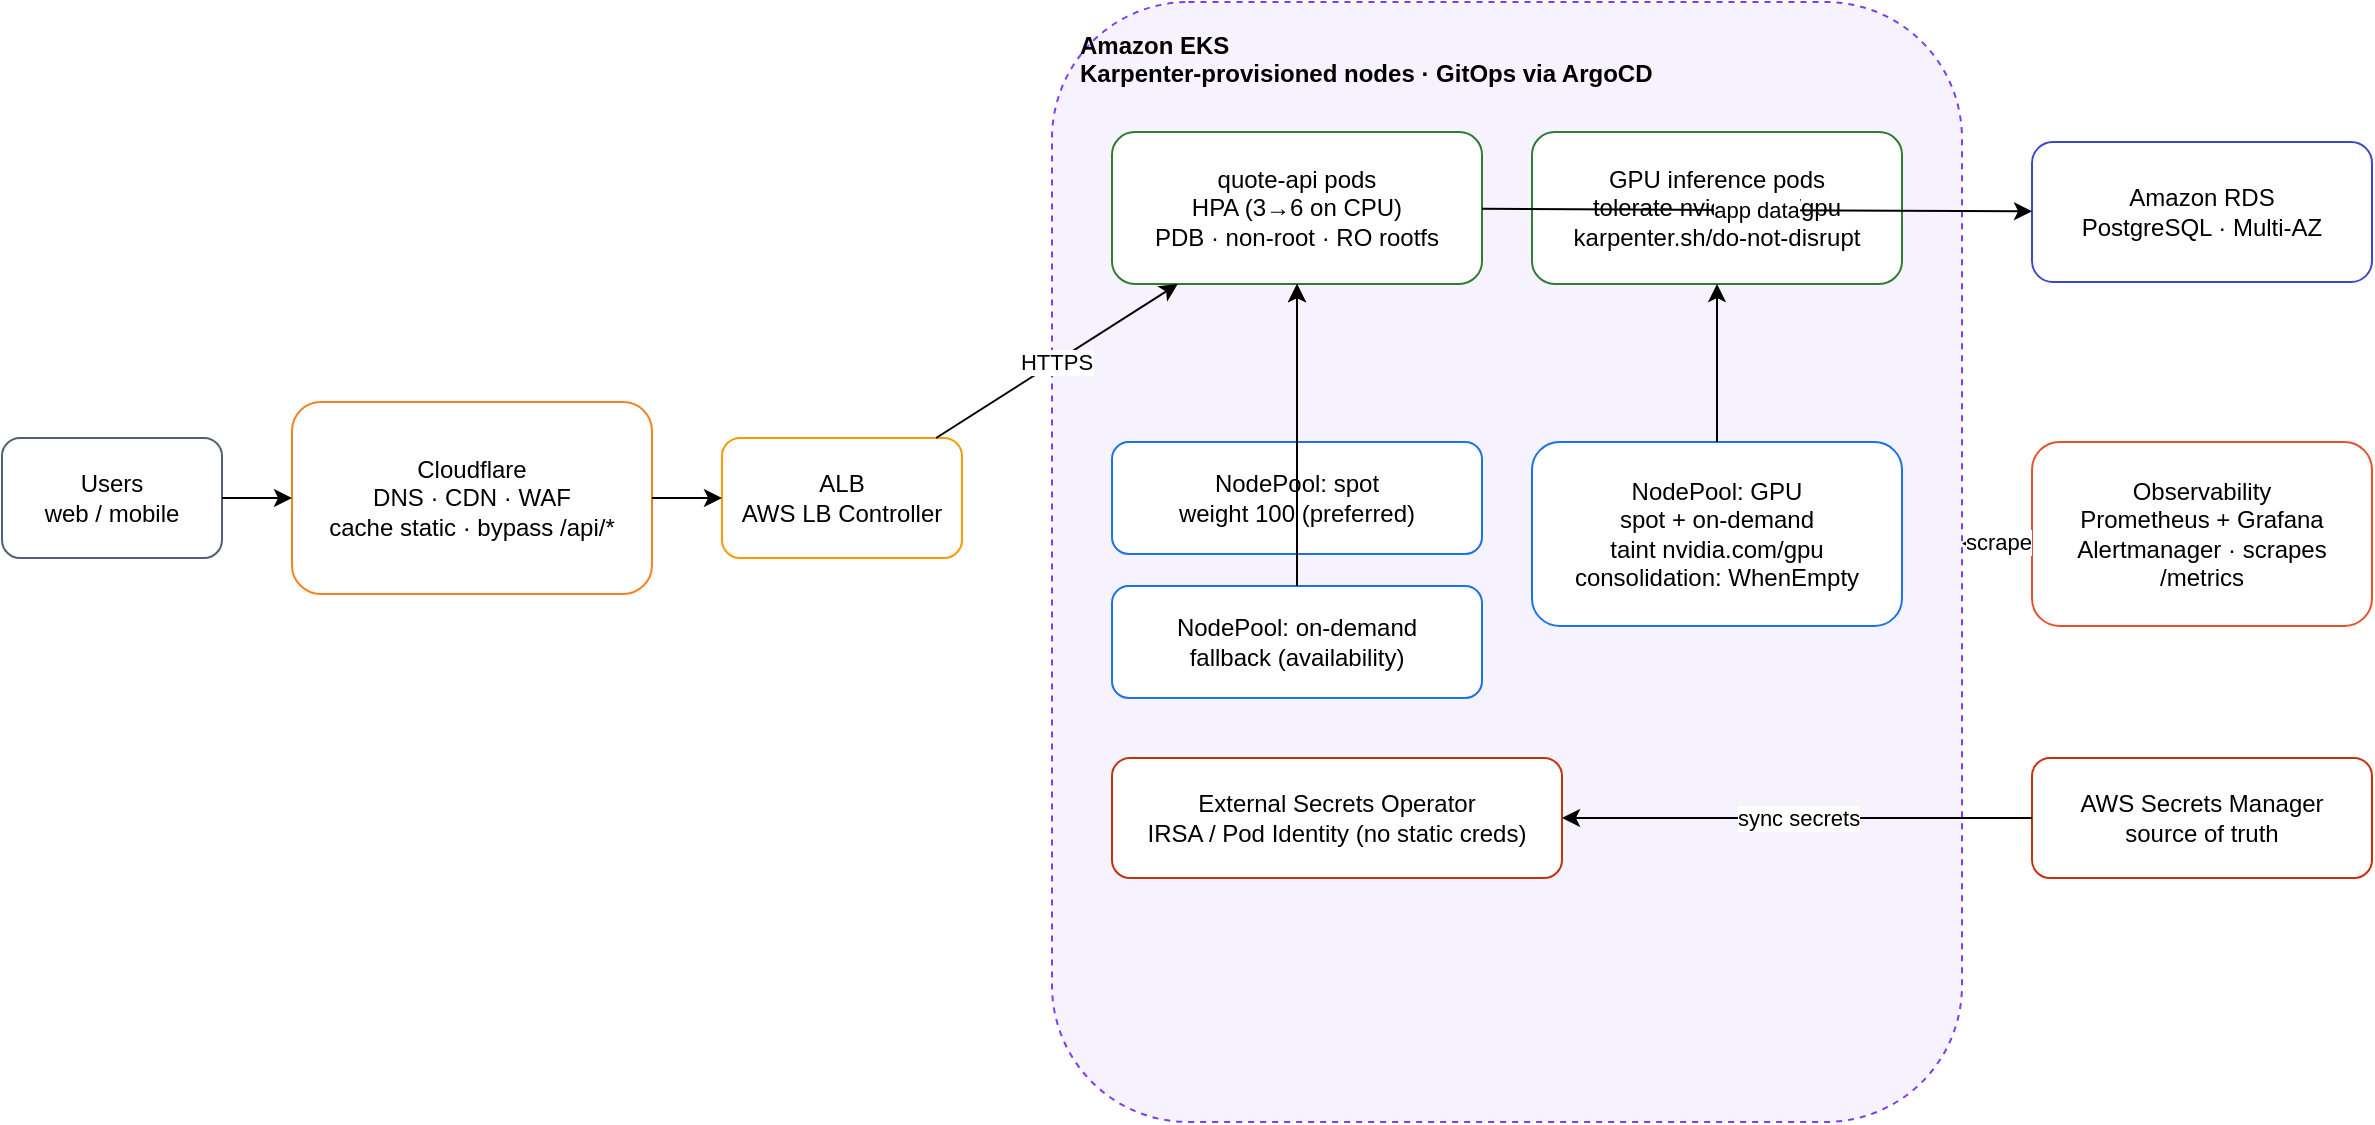
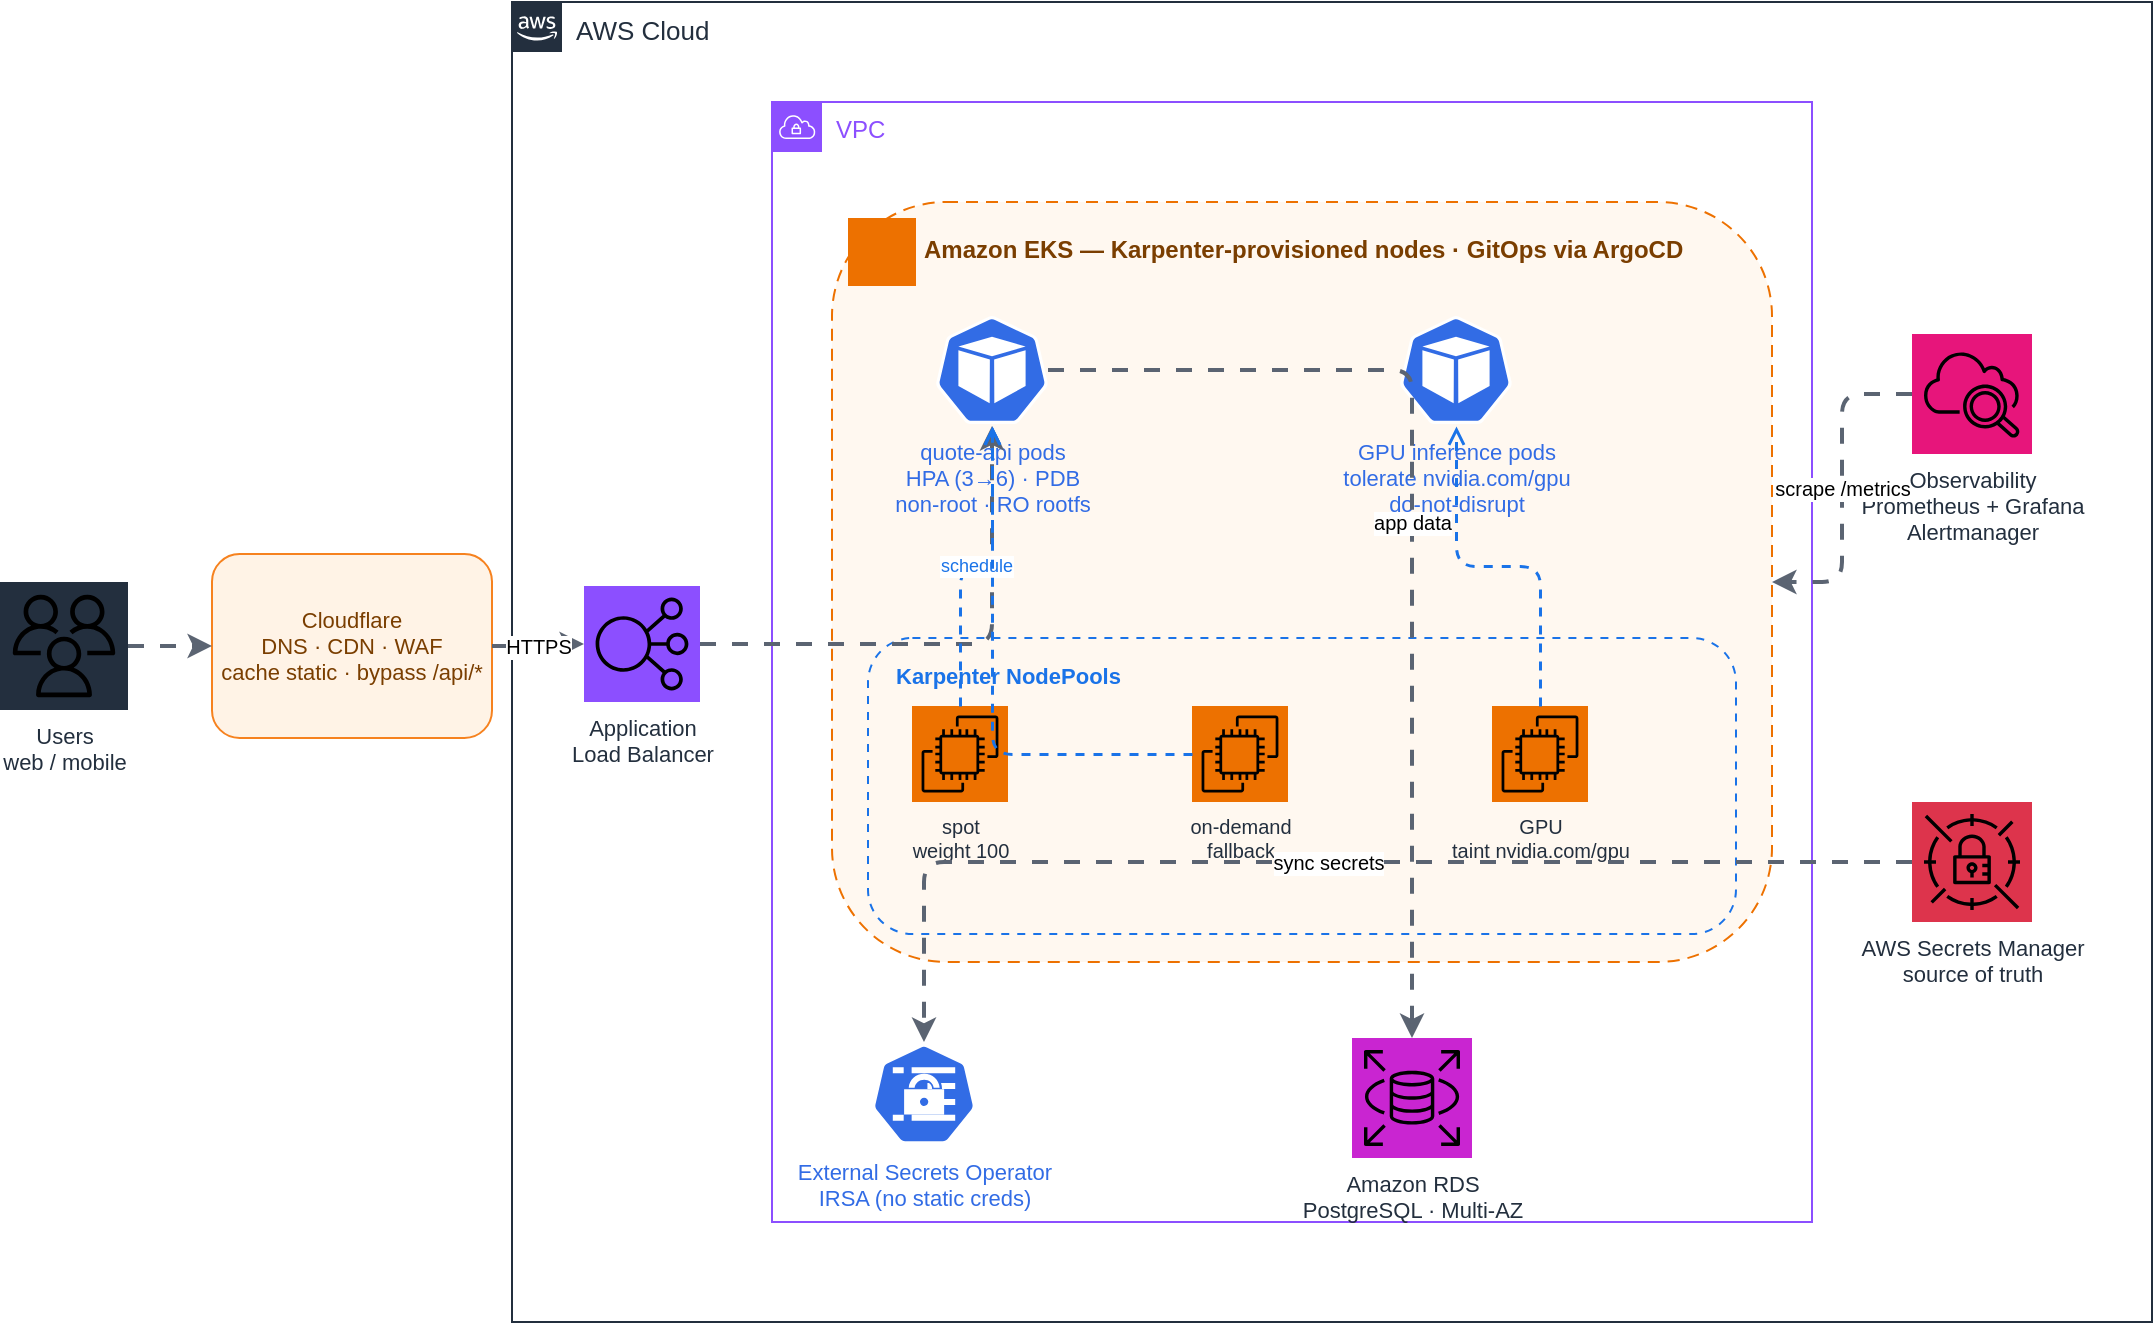
<mxfile host="app.diagrams.net" type="device">
  <diagram name="aws-production" id="aws-prod">
-     <mxGraphModel dx="1250" dy="700" grid="0" gridSize="10" guides="1" tooltips="1" connect="1" arrows="1" fold="1" page="1" pageScale="1" pageWidth="1250" pageHeight="700" math="0" shadow="0">
+     <mxGraphModel dx="1400" dy="820" grid="0" gridSize="10" guides="1" tooltips="1" connect="1" arrows="1" fold="1" page="1" pageScale="1" pageWidth="1160" pageHeight="740" math="0" shadow="0">
      <root>
        <mxCell id="0"/>
        <mxCell id="1" parent="0"/>
-         <mxCell id="eks" value="Amazon EKS&#10;Karpenter-provisioned nodes · GitOps via ArgoCD" style="rounded=1;whiteSpace=wrap;html=1;dashed=1;fillColor=#f6f3ff;strokeColor=#7d3cf8;verticalAlign=top;align=left;spacingLeft=12;spacingTop=8;fontStyle=1;" vertex="1" parent="1"><mxGeometry x="555" y="100" width="455" height="560" as="geometry"/></mxCell>
-         <mxCell id="u" value="Users&#10;web / mobile" style="rounded=1;whiteSpace=wrap;html=1;strokeColor=#55606e;" vertex="1" parent="1"><mxGeometry x="30" y="318" width="110" height="60" as="geometry"/></mxCell>
-         <mxCell id="cf" value="Cloudflare&#10;DNS · CDN · WAF&#10;cache static · bypass /api/*" style="rounded=1;whiteSpace=wrap;html=1;strokeColor=#f6821f;" vertex="1" parent="1"><mxGeometry x="175" y="300" width="180" height="96" as="geometry"/></mxCell>
-         <mxCell id="alb" value="ALB&#10;AWS LB Controller" style="rounded=1;whiteSpace=wrap;html=1;strokeColor=#ff9900;" vertex="1" parent="1"><mxGeometry x="390" y="318" width="120" height="60" as="geometry"/></mxCell>
-         <mxCell id="qa" value="quote-api pods&#10;HPA (3→6 on CPU)&#10;PDB · non-root · RO rootfs" style="rounded=1;whiteSpace=wrap;html=1;strokeColor=#2e7d32;" vertex="1" parent="1"><mxGeometry x="585" y="165" width="185" height="76" as="geometry"/></mxCell>
-         <mxCell id="gpu" value="GPU inference pods&#10;tolerate nvidia.com/gpu&#10;karpenter.sh/do-not-disrupt" style="rounded=1;whiteSpace=wrap;html=1;strokeColor=#2e7d32;" vertex="1" parent="1"><mxGeometry x="795" y="165" width="185" height="76" as="geometry"/></mxCell>
-         <mxCell id="nps" value="NodePool: spot&#10;weight 100 (preferred)" style="rounded=1;whiteSpace=wrap;html=1;strokeColor=#1a73e8;" vertex="1" parent="1"><mxGeometry x="585" y="320" width="185" height="56" as="geometry"/></mxCell>
-         <mxCell id="npod" value="NodePool: on-demand&#10;fallback (availability)" style="rounded=1;whiteSpace=wrap;html=1;strokeColor=#1a73e8;" vertex="1" parent="1"><mxGeometry x="585" y="392" width="185" height="56" as="geometry"/></mxCell>
-         <mxCell id="npg" value="NodePool: GPU&#10;spot + on-demand&#10;taint nvidia.com/gpu&#10;consolidation: WhenEmpty" style="rounded=1;whiteSpace=wrap;html=1;strokeColor=#1a73e8;" vertex="1" parent="1"><mxGeometry x="795" y="320" width="185" height="92" as="geometry"/></mxCell>
-         <mxCell id="eso" value="External Secrets Operator&#10;IRSA / Pod Identity (no static creds)" style="rounded=1;whiteSpace=wrap;html=1;strokeColor=#c7300b;" vertex="1" parent="1"><mxGeometry x="585" y="478" width="225" height="60" as="geometry"/></mxCell>
-         <mxCell id="rds" value="Amazon RDS&#10;PostgreSQL · Multi-AZ" style="rounded=1;whiteSpace=wrap;html=1;strokeColor=#3b48cc;" vertex="1" parent="1"><mxGeometry x="1045" y="170" width="170" height="70" as="geometry"/></mxCell>
-         <mxCell id="obs" value="Observability&#10;Prometheus + Grafana&#10;Alertmanager · scrapes /metrics" style="rounded=1;whiteSpace=wrap;html=1;strokeColor=#e6522c;" vertex="1" parent="1"><mxGeometry x="1045" y="320" width="170" height="92" as="geometry"/></mxCell>
-         <mxCell id="sm" value="AWS Secrets Manager&#10;source of truth" style="rounded=1;whiteSpace=wrap;html=1;strokeColor=#c7300b;" vertex="1" parent="1"><mxGeometry x="1045" y="478" width="170" height="60" as="geometry"/></mxCell>
-         <mxCell id="e1" style="endArrow=classic;html=1;" edge="1" parent="1" source="u" target="cf"><mxGeometry relative="1" as="geometry"/></mxCell>
-         <mxCell id="e2" style="endArrow=classic;html=1;" edge="1" parent="1" source="cf" target="alb"><mxGeometry relative="1" as="geometry"/></mxCell>
-         <mxCell id="e3" value="HTTPS" style="endArrow=classic;html=1;" edge="1" parent="1" source="alb" target="qa"><mxGeometry relative="1" as="geometry"/></mxCell>
-         <mxCell id="e4" style="endArrow=classic;html=1;" edge="1" parent="1" source="nps" target="qa"><mxGeometry relative="1" as="geometry"/></mxCell>
-         <mxCell id="e5" style="endArrow=classic;html=1;" edge="1" parent="1" source="npod" target="qa"><mxGeometry relative="1" as="geometry"/></mxCell>
-         <mxCell id="e6" style="endArrow=classic;html=1;" edge="1" parent="1" source="npg" target="gpu"><mxGeometry relative="1" as="geometry"/></mxCell>
-         <mxCell id="e7" value="app data" style="endArrow=classic;html=1;" edge="1" parent="1" source="qa" target="rds"><mxGeometry relative="1" as="geometry"/></mxCell>
-         <mxCell id="e8" value="scrape" style="endArrow=classic;html=1;" edge="1" parent="1" source="obs" target="eks"><mxGeometry relative="1" as="geometry"/></mxCell>
-         <mxCell id="e9" value="sync secrets" style="endArrow=classic;html=1;" edge="1" parent="1" source="sm" target="eso"><mxGeometry relative="1" as="geometry"/></mxCell>
+ 
+         <mxCell id="awscloud" value="AWS Cloud" style="sketch=0;outlineConnect=0;gradientColor=none;html=1;whiteSpace=wrap;fontSize=13;fontStyle=0;container=0;pointerEvents=0;collapsible=0;recursiveResize=0;shape=mxgraph.aws4.group;grIcon=mxgraph.aws4.group_aws_cloud_alt;strokeColor=#232F3E;fillColor=none;verticalAlign=top;align=left;spacingLeft=30;fontColor=#232F3E;dashed=0;" vertex="1" parent="1"><mxGeometry x="300" y="40" width="820" height="660" as="geometry"/></mxCell>
+         <mxCell id="vpc" value="VPC" style="sketch=0;outlineConnect=0;gradientColor=none;html=1;whiteSpace=wrap;fontSize=12;fontStyle=0;container=0;pointerEvents=0;collapsible=0;recursiveResize=0;shape=mxgraph.aws4.group;grIcon=mxgraph.aws4.group_vpc;strokeColor=#8C4FFF;fillColor=none;verticalAlign=top;align=left;spacingLeft=30;fontColor=#8C4FFF;dashed=0;" vertex="1" parent="1"><mxGeometry x="430" y="90" width="520" height="560" as="geometry"/></mxCell>
+         <mxCell id="eksgrp" value="Amazon EKS  —  Karpenter-provisioned nodes · GitOps via ArgoCD" style="rounded=1;whiteSpace=wrap;html=1;dashed=1;dashPattern=6 4;strokeColor=#ED7100;fillColor=#FFF8F0;verticalAlign=top;align=left;spacingLeft=44;spacingTop=10;fontSize=12;fontStyle=1;fontColor=#7A3E00;" vertex="1" parent="1"><mxGeometry x="460" y="140" width="470" height="380" as="geometry"/></mxCell>
+         <mxCell id="npgrp" value="Karpenter NodePools" style="rounded=1;whiteSpace=wrap;html=1;dashed=1;dashPattern=4 4;strokeColor=#1A73E8;fillColor=none;verticalAlign=top;align=left;spacingLeft=12;spacingTop=6;fontSize=11;fontStyle=1;fontColor=#1A73E8;" vertex="1" parent="1"><mxGeometry x="478" y="358" width="434" height="148" as="geometry"/></mxCell>
+ 
+         <mxCell id="ekshdr" style="sketch=0;outlineConnect=0;fontColor=#232F3E;gradientColor=none;fillColor=#ED7100;strokeColor=none;dashed=0;verticalLabelPosition=right;verticalAlign=middle;align=left;spacingLeft=4;html=1;fontSize=10;fontStyle=0;aspect=fixed;shape=mxgraph.aws4.resourceIcon;resIcon=mxgraph.aws4.elastic_kubernetes_service;" vertex="1" parent="1"><mxGeometry x="468" y="148" width="34" height="34" as="geometry"/></mxCell>
+ 
+         <mxCell id="users" value="Users&#10;web / mobile" style="sketch=0;outlineConnect=0;fontColor=#232F3E;gradientColor=none;fillColor=#232F3E;strokeColor=none;dashed=0;verticalLabelPosition=bottom;verticalAlign=top;align=center;html=1;fontSize=11;fontStyle=0;aspect=fixed;shape=mxgraph.aws4.resourceIcon;resIcon=mxgraph.aws4.users;" vertex="1" parent="1"><mxGeometry x="44" y="330" width="64" height="64" as="geometry"/></mxCell>
+         <mxCell id="cf" value="Cloudflare&#10;DNS · CDN · WAF&#10;cache static · bypass /api/*" style="rounded=1;whiteSpace=wrap;html=1;fillColor=#FFF3E6;strokeColor=#F6821F;fontColor=#7A3E00;fontSize=11;" vertex="1" parent="1"><mxGeometry x="150" y="316" width="140" height="92" as="geometry"/></mxCell>
+ 
+         <mxCell id="alb" value="Application&#10;Load Balancer" style="sketch=0;outlineConnect=0;fontColor=#232F3E;gradientColor=none;fillColor=#8C4FFF;strokeColor=none;dashed=0;verticalLabelPosition=bottom;verticalAlign=top;align=center;html=1;fontSize=11;fontStyle=0;aspect=fixed;shape=mxgraph.aws4.resourceIcon;resIcon=mxgraph.aws4.elastic_load_balancing;" vertex="1" parent="1"><mxGeometry x="336" y="332" width="58" height="58" as="geometry"/></mxCell>
+ 
+         <mxCell id="qa" value="quote-api pods&#10;HPA (3→6) · PDB&#10;non-root · RO rootfs" style="sketch=0;outlineConnect=0;fontColor=#326CE5;gradientColor=none;fillColor=#326CE5;strokeColor=none;dashed=0;verticalLabelPosition=bottom;verticalAlign=top;align=center;html=1;fontSize=11;fontStyle=0;aspect=fixed;shape=mxgraph.kubernetes.icon;prIcon=pod;" vertex="1" parent="1"><mxGeometry x="512" y="196" width="56" height="56" as="geometry"/></mxCell>
+         <mxCell id="gpu" value="GPU inference pods&#10;tolerate nvidia.com/gpu&#10;do-not-disrupt" style="sketch=0;outlineConnect=0;fontColor=#326CE5;gradientColor=none;fillColor=#326CE5;strokeColor=none;dashed=0;verticalLabelPosition=bottom;verticalAlign=top;align=center;html=1;fontSize=11;fontStyle=0;aspect=fixed;shape=mxgraph.kubernetes.icon;prIcon=pod;" vertex="1" parent="1"><mxGeometry x="744" y="196" width="56" height="56" as="geometry"/></mxCell>
+ 
+         <mxCell id="ec2spot" value="spot&#10;weight 100" style="sketch=0;outlineConnect=0;fontColor=#232F3E;gradientColor=none;fillColor=#ED7100;strokeColor=none;dashed=0;verticalLabelPosition=bottom;verticalAlign=top;align=center;html=1;fontSize=10;fontStyle=0;aspect=fixed;shape=mxgraph.aws4.resourceIcon;resIcon=mxgraph.aws4.ec2;" vertex="1" parent="1"><mxGeometry x="500" y="392" width="48" height="48" as="geometry"/></mxCell>
+         <mxCell id="ec2od" value="on-demand&#10;fallback" style="sketch=0;outlineConnect=0;fontColor=#232F3E;gradientColor=none;fillColor=#ED7100;strokeColor=none;dashed=0;verticalLabelPosition=bottom;verticalAlign=top;align=center;html=1;fontSize=10;fontStyle=0;aspect=fixed;shape=mxgraph.aws4.resourceIcon;resIcon=mxgraph.aws4.ec2;" vertex="1" parent="1"><mxGeometry x="640" y="392" width="48" height="48" as="geometry"/></mxCell>
+         <mxCell id="ec2gpu" value="GPU&#10;taint nvidia.com/gpu" style="sketch=0;outlineConnect=0;fontColor=#232F3E;gradientColor=none;fillColor=#ED7100;strokeColor=none;dashed=0;verticalLabelPosition=bottom;verticalAlign=top;align=center;html=1;fontSize=10;fontStyle=0;aspect=fixed;shape=mxgraph.aws4.resourceIcon;resIcon=mxgraph.aws4.ec2;" vertex="1" parent="1"><mxGeometry x="790" y="392" width="48" height="48" as="geometry"/></mxCell>
+ 
+         <mxCell id="eso" value="External Secrets Operator&#10;IRSA (no static creds)" style="sketch=0;outlineConnect=0;fontColor=#326CE5;gradientColor=none;fillColor=#326CE5;strokeColor=none;dashed=0;verticalLabelPosition=bottom;verticalAlign=top;align=center;html=1;fontSize=11;fontStyle=0;aspect=fixed;shape=mxgraph.kubernetes.icon;prIcon=secret;" vertex="1" parent="1"><mxGeometry x="480" y="560" width="52" height="52" as="geometry"/></mxCell>
+         <mxCell id="rds" value="Amazon RDS&#10;PostgreSQL · Multi-AZ" style="sketch=0;outlineConnect=0;fontColor=#232F3E;gradientColor=none;fillColor=#C925D1;strokeColor=none;dashed=0;verticalLabelPosition=bottom;verticalAlign=top;align=center;html=1;fontSize=11;fontStyle=0;aspect=fixed;shape=mxgraph.aws4.resourceIcon;resIcon=mxgraph.aws4.rds;" vertex="1" parent="1"><mxGeometry x="720" y="558" width="60" height="60" as="geometry"/></mxCell>
+ 
+         <mxCell id="cw" value="Observability&#10;Prometheus + Grafana&#10;Alertmanager" style="sketch=0;outlineConnect=0;fontColor=#232F3E;gradientColor=none;fillColor=#E7157B;strokeColor=none;dashed=0;verticalLabelPosition=bottom;verticalAlign=top;align=center;html=1;fontSize=11;fontStyle=0;aspect=fixed;shape=mxgraph.aws4.resourceIcon;resIcon=mxgraph.aws4.cloudwatch_2;" vertex="1" parent="1"><mxGeometry x="1000" y="206" width="60" height="60" as="geometry"/></mxCell>
+         <mxCell id="sm" value="AWS Secrets Manager&#10;source of truth" style="sketch=0;outlineConnect=0;fontColor=#232F3E;gradientColor=none;fillColor=#DD344C;strokeColor=none;dashed=0;verticalLabelPosition=bottom;verticalAlign=top;align=center;html=1;fontSize=11;fontStyle=0;aspect=fixed;shape=mxgraph.aws4.resourceIcon;resIcon=mxgraph.aws4.secrets_manager;" vertex="1" parent="1"><mxGeometry x="1000" y="440" width="60" height="60" as="geometry"/></mxCell>
+ 
+         <mxCell id="e1" style="edgeStyle=orthogonalEdgeStyle;rounded=1;html=1;flowAnimation=1;strokeColor=#5B6472;strokeWidth=2;endArrow=classic;endFill=1;" edge="1" parent="1" source="users" target="cf"><mxGeometry relative="1" as="geometry"/></mxCell>
+         <mxCell id="e2" value="HTTPS" style="edgeStyle=orthogonalEdgeStyle;rounded=1;html=1;flowAnimation=1;strokeColor=#5B6472;strokeWidth=2;endArrow=classic;endFill=1;fontSize=10;" edge="1" parent="1" source="cf" target="alb"><mxGeometry relative="1" as="geometry"/></mxCell>
+         <mxCell id="e3" style="edgeStyle=orthogonalEdgeStyle;rounded=1;html=1;flowAnimation=1;strokeColor=#5B6472;strokeWidth=2;endArrow=classic;endFill=1;" edge="1" parent="1" source="alb" target="qa"><mxGeometry relative="1" as="geometry"/></mxCell>
+         <mxCell id="e4" value="schedule" style="edgeStyle=orthogonalEdgeStyle;rounded=1;html=1;dashed=1;strokeColor=#1A73E8;strokeWidth=1.5;endArrow=open;fontSize=9;fontColor=#1A73E8;" edge="1" parent="1" source="ec2spot" target="qa"><mxGeometry relative="1" as="geometry"/></mxCell>
+         <mxCell id="e5" style="edgeStyle=orthogonalEdgeStyle;rounded=1;html=1;dashed=1;strokeColor=#1A73E8;strokeWidth=1.5;endArrow=open;" edge="1" parent="1" source="ec2od" target="qa"><mxGeometry relative="1" as="geometry"/></mxCell>
+         <mxCell id="e6" style="edgeStyle=orthogonalEdgeStyle;rounded=1;html=1;dashed=1;strokeColor=#1A73E8;strokeWidth=1.5;endArrow=open;" edge="1" parent="1" source="ec2gpu" target="gpu"><mxGeometry relative="1" as="geometry"/></mxCell>
+         <mxCell id="e7" value="app data" style="edgeStyle=orthogonalEdgeStyle;rounded=1;html=1;flowAnimation=1;strokeColor=#5B6472;strokeWidth=2;endArrow=classic;endFill=1;fontSize=10;" edge="1" parent="1" source="qa" target="rds"><mxGeometry relative="1" as="geometry"/></mxCell>
+         <mxCell id="e8" value="scrape /metrics" style="edgeStyle=orthogonalEdgeStyle;rounded=1;html=1;flowAnimation=1;strokeColor=#5B6472;strokeWidth=2;endArrow=classic;endFill=1;fontSize=10;" edge="1" parent="1" source="cw" target="eksgrp"><mxGeometry relative="1" as="geometry"/></mxCell>
+         <mxCell id="e9" value="sync secrets" style="edgeStyle=orthogonalEdgeStyle;rounded=1;html=1;flowAnimation=1;strokeColor=#5B6472;strokeWidth=2;endArrow=classic;endFill=1;fontSize=10;" edge="1" parent="1" source="sm" target="eso"><mxGeometry relative="1" as="geometry"/></mxCell>
      </root>
    </mxGraphModel>
  </diagram>
</mxfile>
